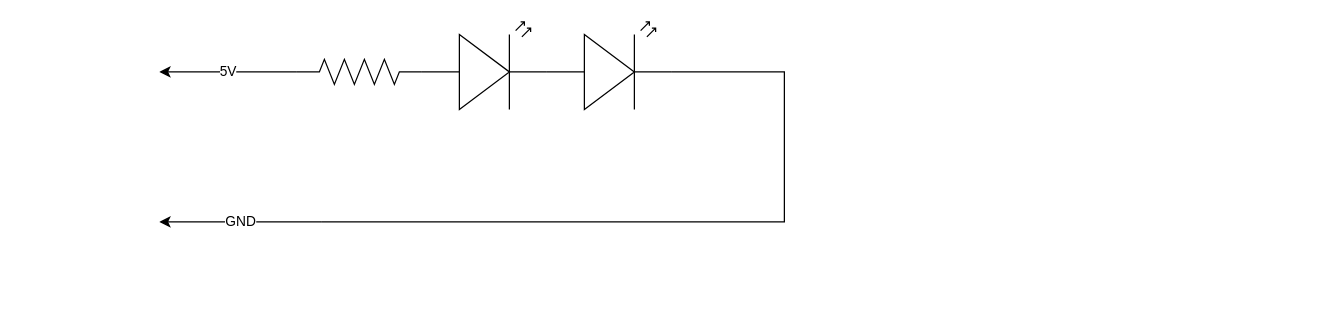
This is Modules/RIO/VUHF_Radio/schematics/LED_pinout.drawio from joshgarbi/Project_F14_Tomcat, a draw.io file, before an edit. Source tidied: cells renumbered, new cells numbered last; positions are measured from the earlier drawing's top-left corner, leaving out a move shared by most shapes. Both pictures are drawn from the tidied source at 125%, with x=0, y=0 at pixel (159, 21).
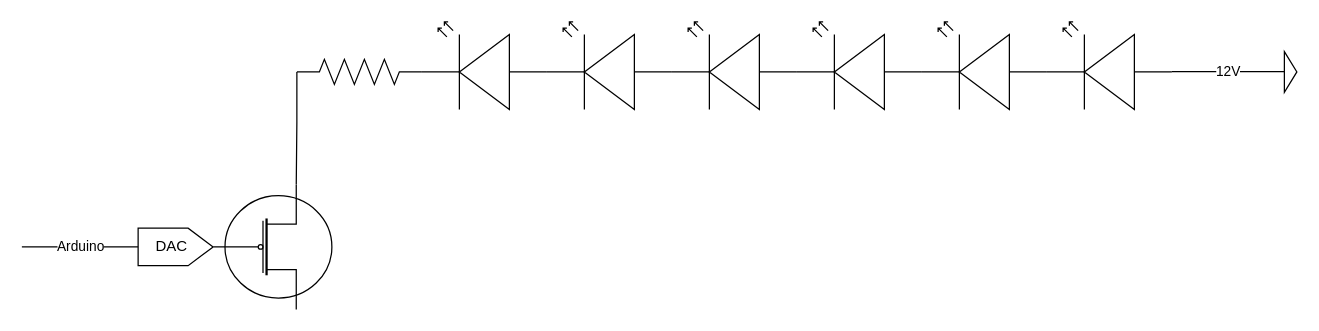
After the change.

What changed in the source:
```diff
@@
-    <mxCell id="2" style="verticalLabelPosition=bottom;shadow=0;dashed=0;align=center;html=1;verticalAlign=top;shape=mxgraph.electrical.opto_electronics.led_2;" parent="1" vertex="1">
+    <mxCell id="2" style="verticalLabelPosition=bottom;shadow=0;dashed=0;align=center;html=1;verticalAlign=top;shape=mxgraph.electrical.opto_electronics.led_2;flipH=1;" parent="1" vertex="1">
       <mxGeometry x="210" width="100" height="70" as="geometry" />
     </mxCell>
-    <mxCell id="3" value="5V" style="endArrow=classic;html=1;rounded=0;" parent="1" edge="1">
-      <mxGeometry relative="1" as="geometry">
-        <mxPoint x="110" y="40" as="sourcePoint" />
-        <mxPoint y="40" as="targetPoint" />
-      </mxGeometry>
-    </mxCell>
@@
-    <mxCell id="5" style="verticalLabelPosition=bottom;shadow=0;dashed=0;align=center;html=1;verticalAlign=top;shape=mxgraph.electrical.opto_electronics.led_2;" parent="1" vertex="1">
+    <mxCell id="5" style="verticalLabelPosition=bottom;shadow=0;dashed=0;align=center;html=1;verticalAlign=top;shape=mxgraph.electrical.opto_electronics.led_2;flipH=1;" parent="1" vertex="1">
       <mxGeometry x="310" width="100" height="70" as="geometry" />
     </mxCell>
-    <mxCell id="6" style="endArrow=none;html=1;rounded=0;entryX=1;entryY=0.57;entryDx=0;entryDy=0;entryPerimeter=0;" parent="1" edge="1" target="5">
-      <mxGeometry relative="1" as="geometry">
-        <mxPoint x="130" y="160" as="sourcePoint" />
-        <Array as="points">
-          <mxPoint x="500" y="160" />
-          <mxPoint x="500" y="40" />
-        </Array>
-      </mxGeometry>
-    </mxCell>
-    <mxCell id="7" value="GND" style="endArrow=classic;html=1;rounded=0;" parent="1" edge="1">
-      <mxGeometry relative="1" as="geometry">
-        <mxPoint x="130" y="160" as="sourcePoint" />
-        <mxPoint y="160" as="targetPoint" />
-      </mxGeometry>
-    </mxCell>
+    <mxCell id="8" style="verticalLabelPosition=bottom;shadow=0;dashed=0;align=center;html=1;verticalAlign=top;shape=mxgraph.electrical.mosfets1.mosfet_p_no_bulk;" parent="1" vertex="1">
+      <mxGeometry x="43" y="130" width="95" height="100" as="geometry" />
+    </mxCell>
+    <mxCell id="9" style="endArrow=none;html=1;rounded=0;" parent="1" edge="1">
+      <mxGeometry relative="1" as="geometry">
+        <mxPoint x="43" y="180" as="sourcePoint" />
+        <mxPoint x="43" y="180" as="targetPoint" />
+        <Array as="points">
+          <mxPoint x="23" y="195" />
+          <mxPoint x="-17" y="195" />
+          <mxPoint x="-17" y="165" />
+          <mxPoint x="23" y="165" />
+        </Array>
+      </mxGeometry>
+    </mxCell>
+    <mxCell id="10" value="DAC" style="text;html=1;align=center;verticalAlign=middle;whiteSpace=wrap;rounded=0;" parent="1" vertex="1">
+      <mxGeometry x="-20" y="165" width="60" height="30" as="geometry" />
+    </mxCell>
+    <mxCell id="11" value="Arduino" style="endArrow=none;html=1;rounded=0;" parent="1" edge="1">
+      <mxGeometry relative="1" as="geometry">
+        <mxPoint x="-110" y="180" as="sourcePoint" />
+        <mxPoint x="-17" y="180" as="targetPoint" />
+      </mxGeometry>
+    </mxCell>
+    <mxCell id="12" style="endArrow=none;html=1;rounded=0;exitX=0.7;exitY=0;exitDx=0;exitDy=0;exitPerimeter=0;" parent="1" edge="1" source="8">
+      <mxGeometry relative="1" as="geometry">
+        <mxPoint x="110" y="40" as="targetPoint" />
+        <Array as="points">
+          <mxPoint x="110" y="80" />
+        </Array>
+      </mxGeometry>
+    </mxCell>
+    <mxCell id="13" value="12V" style="endArrow=none;html=1;rounded=0;" parent="1" edge="1">
+      <mxGeometry relative="1" as="geometry">
+        <mxPoint x="810" y="39.8" as="sourcePoint" />
+        <mxPoint x="900" y="39.8" as="targetPoint" />
+      </mxGeometry>
+    </mxCell>
+    <mxCell id="14" style="verticalLabelPosition=bottom;shadow=0;dashed=0;align=center;html=1;verticalAlign=top;shape=mxgraph.electrical.opto_electronics.led_2;flipH=1;" parent="1" vertex="1">
+      <mxGeometry x="410" width="100" height="70" as="geometry" />
+    </mxCell>
+    <mxCell id="15" style="verticalLabelPosition=bottom;shadow=0;dashed=0;align=center;html=1;verticalAlign=top;shape=mxgraph.electrical.opto_electronics.led_2;flipH=1;" parent="1" vertex="1">
+      <mxGeometry x="510" width="100" height="70" as="geometry" />
+    </mxCell>
+    <mxCell id="16" style="verticalLabelPosition=bottom;shadow=0;dashed=0;align=center;html=1;verticalAlign=top;shape=mxgraph.electrical.opto_electronics.led_2;flipH=1;" parent="1" vertex="1">
+      <mxGeometry x="610" width="100" height="70" as="geometry" />
+    </mxCell>
+    <mxCell id="17" style="verticalLabelPosition=bottom;shadow=0;dashed=0;align=center;html=1;verticalAlign=top;shape=mxgraph.electrical.opto_electronics.led_2;flipH=1;" parent="1" vertex="1">
+      <mxGeometry x="710" width="100" height="70" as="geometry" />
+    </mxCell>
+    <mxCell id="18" style="triangle;whiteSpace=wrap;html=1;" parent="1" vertex="1">
+      <mxGeometry x="900" y="23.8" width="10" height="32.5" as="geometry" />
+    </mxCell>
```
